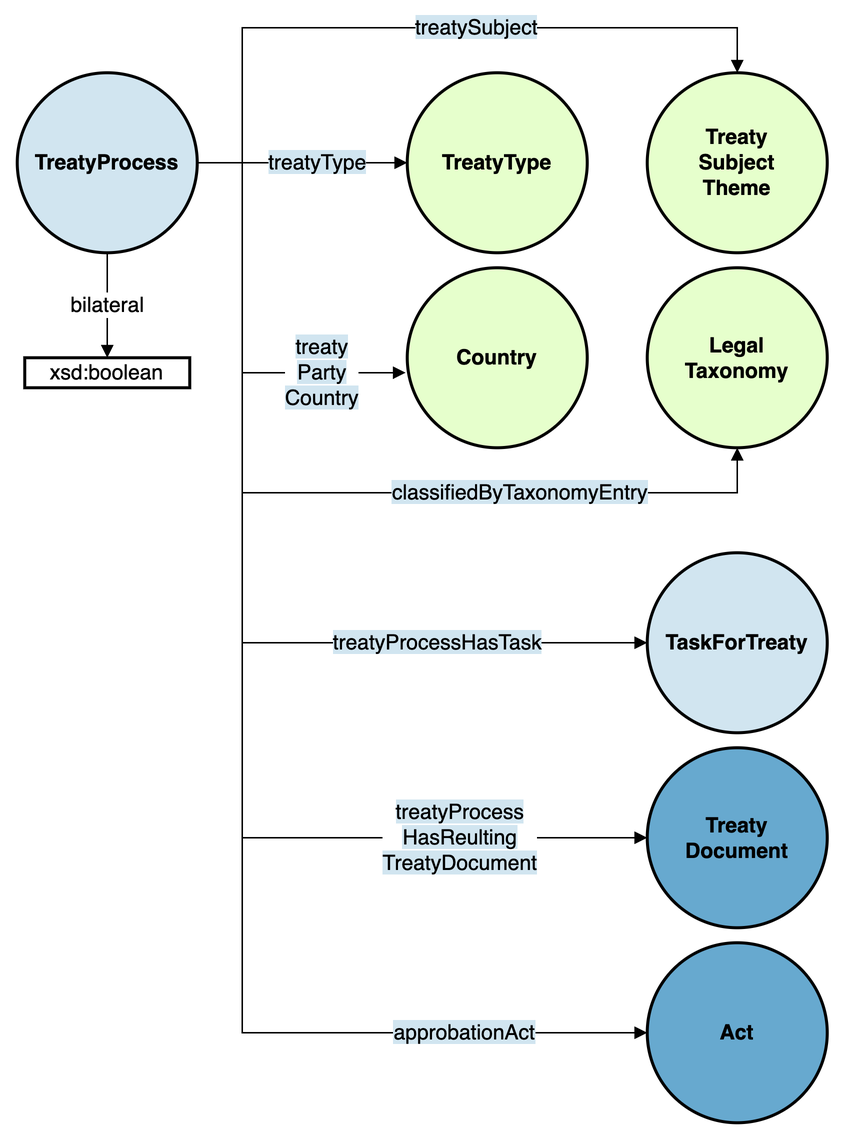
Above: doc/img/treaty_process.png in swiss/fedlex-jolux (draw.io), before the change. Source tidied: cells renumbered, new cells last; positions are measured from the earlier drawing's top-left corner, leaving out a move shared by most shapes.
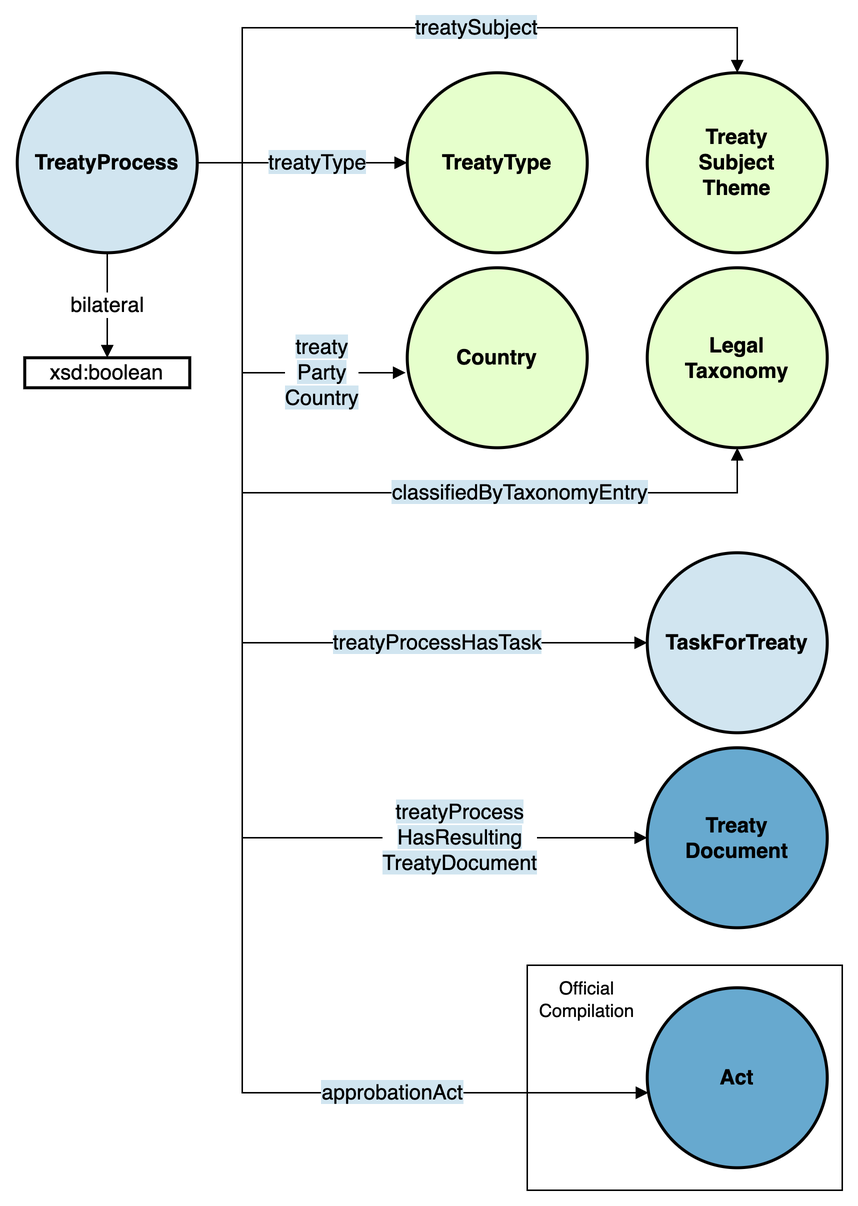
Later version of the same file.

Diff of the diagram source:
```diff
@@ -2,6 +2,9 @@
   <root>
     <mxCell id="0" />
     <mxCell id="1" parent="0" />
+    <mxCell id="19" style="rounded=0;whiteSpace=wrap;html=1;" parent="1" vertex="1">
+      <mxGeometry x="340" y="625" width="210" height="150" as="geometry" />
+    </mxCell>
     <mxCell id="2" value="&lt;span style=&quot;background-color: rgb(209, 229, 240);&quot;&gt;treaty&lt;br&gt;Party&lt;br&gt;Country&lt;/span&gt;" style="endArrow=block;html=1;strokeColor=#000000;fontSize=14;fontColor=#000000;endFill=1;exitX=1;exitY=0.5;exitDx=0;exitDy=0;edgeStyle=orthogonalEdgeStyle;entryX=-0.008;entryY=0.583;entryDx=0;entryDy=0;entryPerimeter=0;rounded=0;" parent="1" edge="1" source="3" target="10">
       <mxGeometry x="0.6" relative="1" as="geometry">
         <Array as="points">
@@ -61,7 +64,7 @@
     <mxCell id="13" value="&lt;b&gt;Treaty&lt;br&gt;Document&lt;/b&gt;" style="ellipse;whiteSpace=wrap;html=1;rounded=0;shadow=0;glass=0;comic=0;strokeColor=#000000;strokeWidth=2;fillColor=#67A9CF;gradientColor=none;fontSize=14;fontColor=#000000;align=center;" parent="1" vertex="1">
       <mxGeometry x="420" y="480" width="120" height="120" as="geometry" />
     </mxCell>
-    <mxCell id="14" value="&lt;span style=&quot;background-color: rgb(209, 229, 240);&quot;&gt;treatyProcess&lt;br&gt;HasReulting&lt;br&gt;TreatyDocument&lt;/span&gt;" style="endArrow=block;html=1;strokeColor=#000000;fontSize=14;fontColor=#000000;endFill=1;exitX=1;exitY=0.5;exitDx=0;exitDy=0;entryX=0;entryY=0.5;entryDx=0;entryDy=0;edgeStyle=orthogonalEdgeStyle;rounded=0;" parent="1" edge="1" source="3" target="13">
+    <mxCell id="14" value="&lt;span style=&quot;background-color: rgb(209, 229, 240);&quot;&gt;treatyProcess&lt;br&gt;HasResulting&lt;br&gt;TreatyDocument&lt;/span&gt;" style="endArrow=block;html=1;strokeColor=#000000;fontSize=14;fontColor=#000000;endFill=1;exitX=1;exitY=0.5;exitDx=0;exitDy=0;entryX=0;entryY=0.5;entryDx=0;entryDy=0;edgeStyle=orthogonalEdgeStyle;rounded=0;" parent="1" edge="1" source="3" target="13">
       <mxGeometry x="0.67" relative="1" as="geometry">
         <Array as="points">
           <mxPoint x="150" y="90" />
@@ -70,15 +73,15 @@
       </mxGeometry>
     </mxCell>
     <mxCell id="15" value="&lt;span style=&quot;background-color: rgb(209, 229, 240);&quot;&gt;approbationAct&lt;/span&gt;" style="endArrow=block;html=1;strokeColor=#000000;fontSize=14;fontColor=#000000;endFill=1;exitX=1;exitY=0.5;exitDx=0;exitDy=0;edgeStyle=orthogonalEdgeStyle;rounded=0;" parent="1" edge="1" source="3" target="16">
-      <mxGeometry x="0.72" relative="1" as="geometry">
+      <mxGeometry x="0.63" relative="1" as="geometry">
         <Array as="points">
           <mxPoint x="150" y="90" />
-          <mxPoint x="150" y="670" />
+          <mxPoint x="150" y="710" />
         </Array>
       </mxGeometry>
     </mxCell>
     <mxCell id="16" value="&lt;b&gt;Act&lt;br&gt;&lt;/b&gt;" style="ellipse;whiteSpace=wrap;html=1;rounded=0;shadow=0;glass=0;comic=0;strokeColor=#000000;strokeWidth=2;fillColor=#67A9CF;gradientColor=none;fontSize=14;fontColor=#000000;align=center;" parent="1" vertex="1">
-      <mxGeometry x="420" y="610" width="120" height="120" as="geometry" />
+      <mxGeometry x="420" y="640" width="120" height="120" as="geometry" />
     </mxCell>
     <mxCell id="17" value="bilateral" style="endArrow=block;html=1;strokeColor=#000000;fontSize=14;fontColor=#000000;endFill=1;exitX=0.5;exitY=1;exitDx=0;exitDy=0;entryX=0.5;entryY=0;entryDx=0;entryDy=0;" parent="1" edge="1" source="3" target="18">
       <mxGeometry relative="1" as="geometry" />
@@ -86,5 +89,8 @@
     <mxCell id="18" value="xsd:boolean" style="whiteSpace=wrap;html=1;rounded=0;shadow=0;glass=0;comic=0;strokeColor=#000000;strokeWidth=2;fillColor=#FFFFFF;gradientColor=none;fontSize=14;fontColor=#000000;align=center;" parent="1" vertex="1">
       <mxGeometry x="5" y="220" width="110" height="20" as="geometry" />
     </mxCell>
+    <mxCell id="20" value="Official Compilation" style="text;strokeColor=none;align=center;fillColor=none;html=1;verticalAlign=middle;whiteSpace=wrap;rounded=0;" parent="1" vertex="1">
+      <mxGeometry x="340" y="625" width="80" height="45" as="geometry" />
+    </mxCell>
   </root>
 </mxGraphModel>
```
